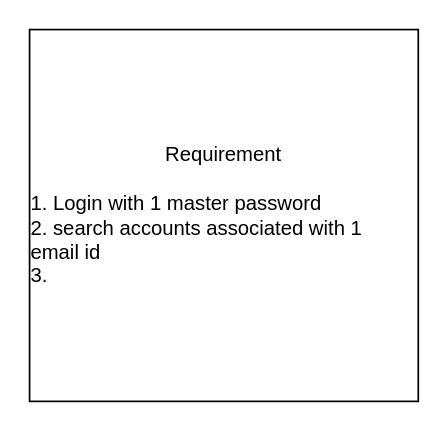
Above: Untitled Diagram.drawio in bsourik/system_design (draw.io), before the change. Source tidied: cells renumbered, new cells numbered last; positions are measured from the earlier drawing's top-left corner, leaving out a move shared by most shapes. Both pictures are drawn from the tidied source at 169%, with x=0, y=0 at pixel (29, 29).
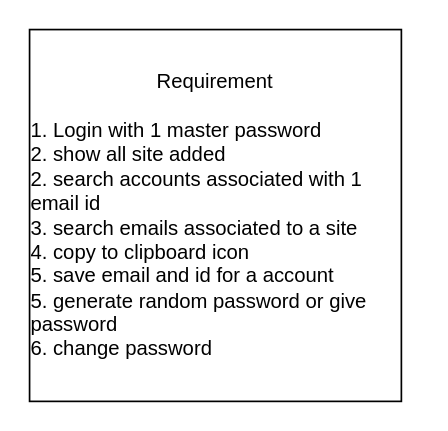
The same page after the edit.

What changed in the source:
```diff
@@
 <mxGraphModel>
   <root>
     <mxCell id="0" />
     <mxCell id="1" parent="0" />
-    <mxCell id="2" value="Requirement&lt;br&gt;&lt;br&gt;&lt;div style=&quot;text-align: left&quot;&gt;1. Login with 1 master password&lt;/div&gt;&lt;div style=&quot;text-align: left&quot;&gt;2. search accounts associated with 1 email id&lt;/div&gt;&lt;div style=&quot;text-align: left&quot;&gt;3.&amp;nbsp;&lt;/div&gt;" style="rounded=0;whiteSpace=wrap;html=1;" parent="1" vertex="1">
-      <mxGeometry width="230" height="220" as="geometry" />
+    <mxCell id="2" value="Requirement&lt;br&gt;&lt;br&gt;&lt;div style=&quot;text-align: left&quot;&gt;1. Login with 1 master password&lt;/div&gt;&lt;div style=&quot;text-align: left&quot;&gt;2. show all site added&lt;/div&gt;&lt;div style=&quot;text-align: left&quot;&gt;&lt;span&gt;2. search accounts associated with 1 email id&lt;/span&gt;&lt;/div&gt;&lt;div style=&quot;text-align: left&quot;&gt;3. search emails associated to a site&lt;/div&gt;&lt;div style=&quot;text-align: left&quot;&gt;4. copy to clipboard icon&lt;/div&gt;&lt;div style=&quot;text-align: left&quot;&gt;5. save email and id for a account&amp;nbsp;&lt;/div&gt;&lt;div style=&quot;text-align: left&quot;&gt;5. generate random password or give password&lt;/div&gt;&lt;div style=&quot;text-align: left&quot;&gt;6. change password&lt;/div&gt;" style="rounded=0;whiteSpace=wrap;html=1;align=center;" parent="1" vertex="1">
+      <mxGeometry width="220" height="220" as="geometry" />
     </mxCell>
   </root>
 </mxGraphModel>
```
